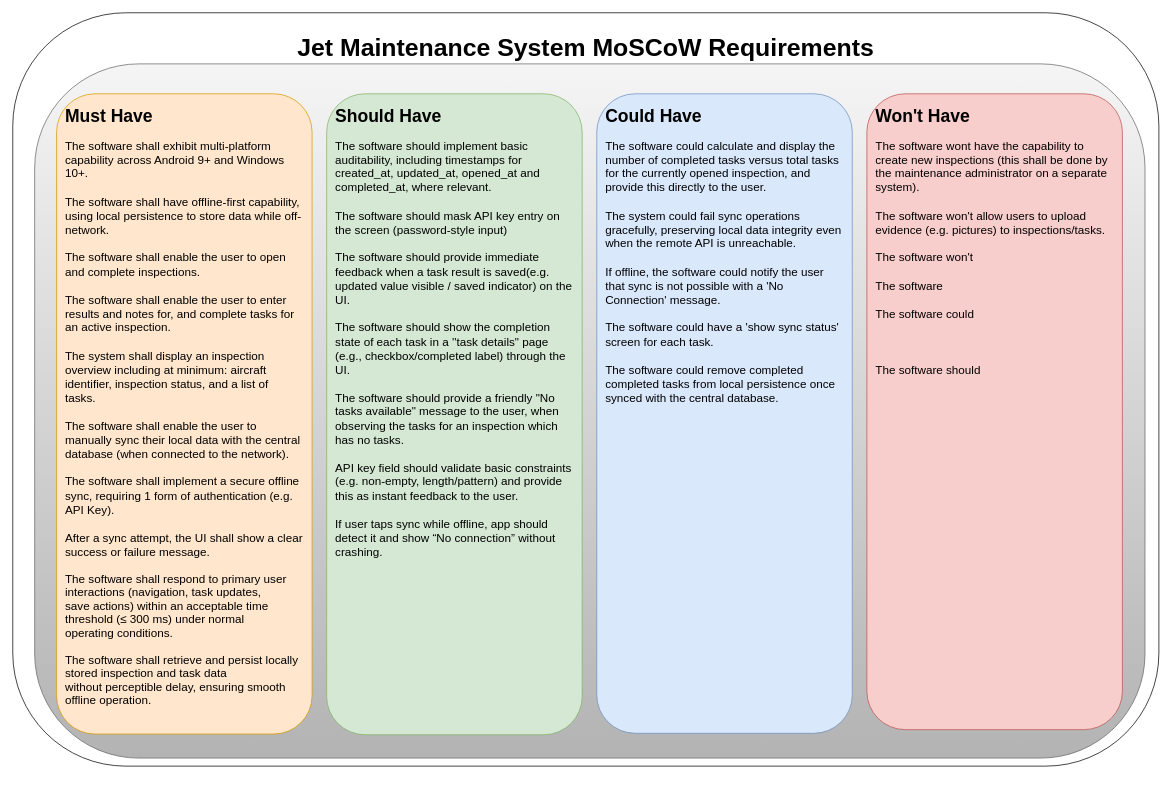
Earlier version of the draw.io diagram documentation/requirements/Jet Maintenance System Moscow Requirements.drawio (Alex-Cooke192/Cross_Platform_Programming_Assignment_2). Source tidied: cells renumbered, new cells numbered last; positions are measured from the earlier drawing's top-left corner, leaving out a move shared by most shapes. Both pictures are drawn from the tidied source at 73%, with x=0, y=0 at pixel (12, 12).
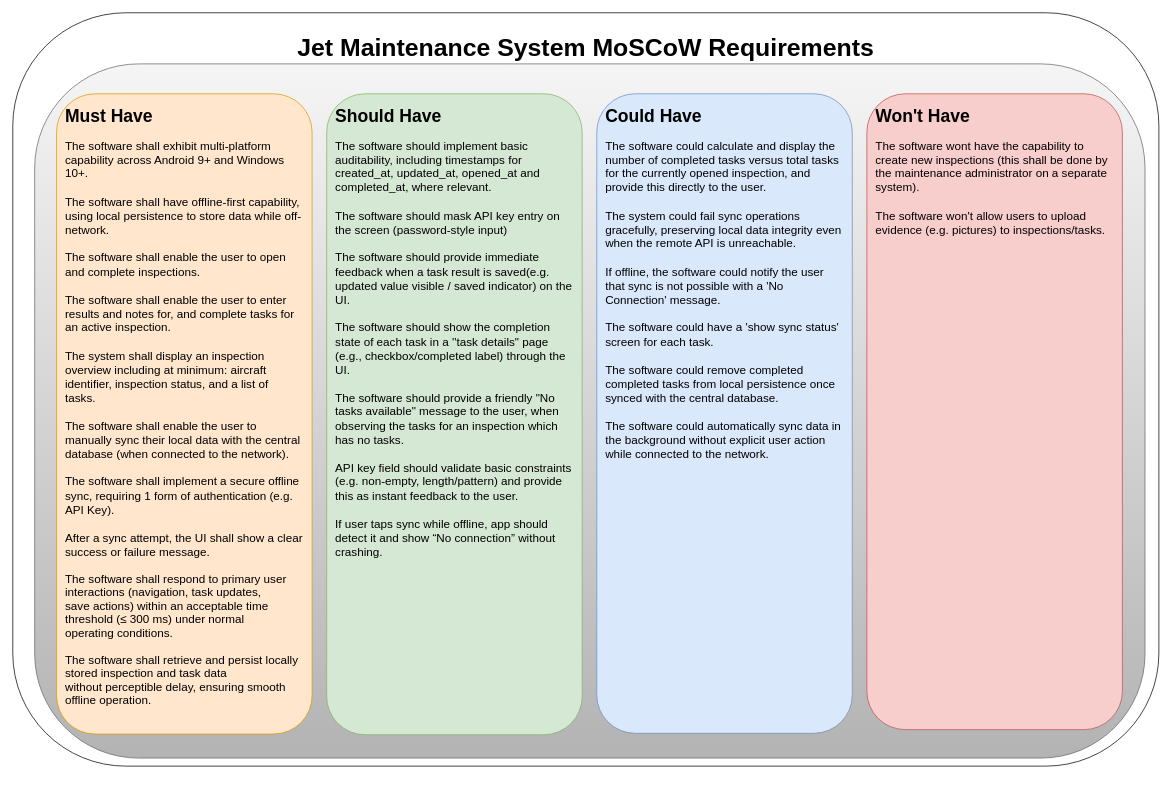
The same page after the edit.

The edit, as a diff of the source:
```diff
@@
 <mxGraphModel>
   <root>
     <mxCell id="0" />
     <mxCell id="1" parent="0" />
-    <mxCell id="2" style="rounded=1;whiteSpace=wrap;html=1;" parent="1" vertex="1">
-      <mxGeometry width="1570" height="1032" as="geometry" />
-    </mxCell>
-    <mxCell id="3" style="rounded=1;whiteSpace=wrap;html=1;fillColor=#f5f5f5;gradientColor=#b3b3b3;strokeColor=#666666;" parent="1" vertex="1">
-      <mxGeometry x="30" y="70" width="1521" height="951" as="geometry" />
-    </mxCell>
-    <mxCell id="4" style="rounded=1;whiteSpace=wrap;html=1;fillColor=#ffe6cc;strokeColor=#d79b00;" parent="1" vertex="1">
-      <mxGeometry x="60" y="111" width="350" height="877" as="geometry" />
-    </mxCell>
+    <mxCell id="13" style="rounded=1;whiteSpace=wrap;html=1;" parent="1" vertex="1">
+      <mxGeometry width="1570" height="1032" as="geometry" />
+    </mxCell>
+    <mxCell id="14" style="rounded=1;whiteSpace=wrap;html=1;fillColor=#f5f5f5;gradientColor=#b3b3b3;strokeColor=#666666;" parent="1" vertex="1">
+      <mxGeometry x="30" y="70" width="1521" height="951" as="geometry" />
+    </mxCell>
+    <mxCell id="15" style="rounded=1;whiteSpace=wrap;html=1;fillColor=#ffe6cc;strokeColor=#d79b00;" parent="1" vertex="1">
+      <mxGeometry x="60" y="111" width="350" height="877" as="geometry" />
+    </mxCell>
     <mxCell id="5" value="&lt;h1 style=&quot;margin-top: 0px;&quot;&gt;Must Have&lt;/h1&gt;&lt;div&gt;&lt;font style=&quot;font-size: 16px;&quot;&gt;The software shall exhibit multi-platform capability across Android 9+ and Windows 10+.&amp;nbsp;&lt;/font&gt;&lt;/div&gt;&lt;div&gt;&lt;font style=&quot;font-size: 16px;&quot;&gt;&lt;br&gt;&lt;/font&gt;&lt;/div&gt;&lt;div&gt;&lt;font style=&quot;font-size: 16px;&quot;&gt;The software shall have offline-first capability, using local persistence to store data while off-network.&amp;nbsp;&lt;/font&gt;&lt;/div&gt;&lt;div&gt;&lt;font style=&quot;font-size: 16px;&quot;&gt;&lt;br&gt;&lt;/font&gt;&lt;/div&gt;&lt;div&gt;&lt;font style=&quot;font-size: 16px;&quot;&gt;&lt;div style=&quot;font-size: 12px;&quot;&gt;&lt;span style=&quot;font-size: 16px; background-color: transparent; color: light-dark(rgb(0, 0, 0), rgb(255, 255, 255));&quot;&gt;The software shall enable the user to open and complete inspections.&amp;nbsp;&lt;/span&gt;&lt;/div&gt;&lt;div style=&quot;font-size: 12px;&quot;&gt;&lt;span style=&quot;font-size: 16px; background-color: transparent; color: light-dark(rgb(0, 0, 0), rgb(255, 255, 255));&quot;&gt;&lt;br&gt;&lt;/span&gt;&lt;/div&gt;&lt;div style=&quot;font-size: 12px;&quot;&gt;&lt;span style=&quot;font-size: 16px; background-color: transparent; color: light-dark(rgb(0, 0, 0), rgb(255, 255, 255));&quot;&gt;The software shall enable the user to enter results and notes for, and complete tasks for an active inspection.&amp;nbsp;&lt;/span&gt;&lt;/div&gt;&lt;div style=&quot;font-size: 12px;&quot;&gt;&lt;span style=&quot;font-size: 16px; background-color: transparent; color: light-dark(rgb(0, 0, 0), rgb(255, 255, 255));&quot;&gt;&lt;br&gt;&lt;/span&gt;&lt;/div&gt;&lt;div style=&quot;font-size: 12px;&quot;&gt;&lt;span style=&quot;font-size: 16px; background-color: transparent; color: light-dark(rgb(0, 0, 0), rgb(255, 255, 255));&quot;&gt;The system shall display an inspection overview including at minimum: aircraft identifier, inspection status, and a list of tasks.&amp;nbsp;&lt;/span&gt;&lt;/div&gt;&lt;/font&gt;&lt;/div&gt;&lt;div&gt;&lt;font style=&quot;font-size: 16px;&quot;&gt;&lt;br&gt;&lt;/font&gt;&lt;/div&gt;&lt;div&gt;&lt;font style=&quot;font-size: 16px;&quot;&gt;The software shall enable the user to manually sync their local data with the central database (when connected to the network).&amp;nbsp;&lt;/font&gt;&lt;/div&gt;&lt;div&gt;&lt;font style=&quot;font-size: 16px;&quot;&gt;&lt;br&gt;&lt;/font&gt;&lt;/div&gt;&lt;div&gt;&lt;span style=&quot;font-size: 16px; background-color: transparent; color: light-dark(rgb(0, 0, 0), rgb(255, 255, 255));&quot;&gt;The software shall implement a secure offline sync, requiring 1 form of authentication (e.g. API Key).&amp;nbsp;&lt;/span&gt;&lt;/div&gt;&lt;div&gt;&lt;span style=&quot;font-size: 16px; background-color: transparent; color: light-dark(rgb(0, 0, 0), rgb(255, 255, 255));&quot;&gt;&lt;br&gt;&lt;/span&gt;&lt;/div&gt;&lt;div&gt;&lt;span style=&quot;font-size: 16px;&quot;&gt;After a sync attempt, the UI shall show a clear success or failure message.&amp;nbsp;&lt;/span&gt;&lt;/div&gt;&lt;div&gt;&lt;span style=&quot;font-size: 16px;&quot;&gt;&lt;br&gt;&lt;/span&gt;&lt;/div&gt;&lt;div&gt;&lt;span style=&quot;font-size:12.0pt;line-height:115%;&amp;lt;br/&amp;gt;font-family:&amp;quot;Aptos&amp;quot;,sans-serif;mso-ascii-theme-font:minor-latin;mso-fareast-font-family:&amp;lt;br/&amp;gt;Aptos;mso-fareast-theme-font:minor-latin;mso-hansi-theme-font:minor-latin;&amp;lt;br/&amp;gt;mso-bidi-font-family:&amp;quot;Times New Roman&amp;quot;;mso-bidi-theme-font:minor-bidi;&amp;lt;br/&amp;gt;mso-ansi-language:EN-GB;mso-fareast-language:EN-US;mso-bidi-language:AR-SA&quot;&gt;The software shall respond to primary user interactions (navigation, task updates,&lt;br&gt;save actions) within an acceptable time threshold (≤ 300 ms) under normal&lt;br&gt;operating conditions.&lt;/span&gt;&lt;/div&gt;&lt;div&gt;&lt;span style=&quot;font-size:12.0pt;line-height:115%;&amp;lt;br/&amp;gt;font-family:&amp;quot;Aptos&amp;quot;,sans-serif;mso-ascii-theme-font:minor-latin;mso-fareast-font-family:&amp;lt;br/&amp;gt;Aptos;mso-fareast-theme-font:minor-latin;mso-hansi-theme-font:minor-latin;&amp;lt;br/&amp;gt;mso-bidi-font-family:&amp;quot;Times New Roman&amp;quot;;mso-bidi-theme-font:minor-bidi;&amp;lt;br/&amp;gt;mso-ansi-language:EN-GB;mso-fareast-language:EN-US;mso-bidi-language:AR-SA&quot;&gt;&lt;br&gt;&lt;/span&gt;&lt;/div&gt;&lt;div&gt;&lt;span style=&quot;font-size:12.0pt;line-height:115%;&amp;lt;br/&amp;gt;font-family:&amp;quot;Aptos&amp;quot;,sans-serif;mso-ascii-theme-font:minor-latin;mso-fareast-font-family:&amp;lt;br/&amp;gt;Aptos;mso-fareast-theme-font:minor-latin;mso-hansi-theme-font:minor-latin;&amp;lt;br/&amp;gt;mso-bidi-font-family:&amp;quot;Times New Roman&amp;quot;;mso-bidi-theme-font:minor-bidi;&amp;lt;br/&amp;gt;mso-ansi-language:EN-GB;mso-fareast-language:EN-US;mso-bidi-language:AR-SA&quot;&gt;&lt;span style=&quot;font-size:12.0pt;line-height:115%;&amp;lt;br/&amp;gt;font-family:&amp;quot;Aptos&amp;quot;,sans-serif;mso-ascii-theme-font:minor-latin;mso-fareast-font-family:&amp;lt;br/&amp;gt;Aptos;mso-fareast-theme-font:minor-latin;mso-hansi-theme-font:minor-latin;&amp;lt;br/&amp;gt;mso-bidi-font-family:&amp;quot;Times New Roman&amp;quot;;mso-bidi-theme-font:minor-bidi;&amp;lt;br/&amp;gt;mso-ansi-language:EN-GB;mso-fareast-language:EN-US;mso-bidi-language:AR-SA&quot;&gt;The software shall retrieve and persist locally stored inspection and task data&lt;br&gt;without perceptible delay, ensuring smooth offline operation.&lt;/span&gt;&lt;/span&gt;&lt;/div&gt;&lt;div&gt;&lt;span style=&quot;font-size:12.0pt;line-height:115%;&amp;lt;br/&amp;gt;font-family:&amp;quot;Aptos&amp;quot;,sans-serif;mso-ascii-theme-font:minor-latin;mso-fareast-font-family:&amp;lt;br/&amp;gt;Aptos;mso-fareast-theme-font:minor-latin;mso-hansi-theme-font:minor-latin;&amp;lt;br/&amp;gt;mso-bidi-font-family:&amp;quot;Times New Roman&amp;quot;;mso-bidi-theme-font:minor-bidi;&amp;lt;br/&amp;gt;mso-ansi-language:EN-GB;mso-fareast-language:EN-US;mso-bidi-language:AR-SA&quot;&gt;&lt;br&gt;&lt;/span&gt;&lt;/div&gt;&lt;div&gt;&lt;font style=&quot;font-size: 11px;&quot;&gt;&lt;br&gt;&lt;/font&gt;&lt;/div&gt;" style="text;html=1;whiteSpace=wrap;overflow=hidden;rounded=0;" parent="1" vertex="1">
       <mxGeometry x="70" y="121" width="330" height="920" as="geometry" />
     </mxCell>
-    <mxCell id="6" style="rounded=1;whiteSpace=wrap;html=1;fillColor=#d5e8d4;strokeColor=#82b366;" parent="1" vertex="1">
-      <mxGeometry x="430" y="111" width="350" height="878" as="geometry" />
-    </mxCell>
+    <mxCell id="16" style="rounded=1;whiteSpace=wrap;html=1;fillColor=#d5e8d4;strokeColor=#82b366;" parent="1" vertex="1">
+      <mxGeometry x="430" y="111" width="350" height="878" as="geometry" />
+    </mxCell>
     <mxCell id="7" value="&lt;h1 style=&quot;margin-top: 0px;&quot;&gt;Should Have&lt;/h1&gt;&lt;div&gt;&lt;font style=&quot;font-size: 16px;&quot;&gt;The software should implement basic auditability, including timestamps for created_at, updated_at, opened_at and completed_at, where relevant.&amp;nbsp;&lt;/font&gt;&lt;/div&gt;&lt;div&gt;&lt;font style=&quot;font-size: 16px;&quot;&gt;&lt;br&gt;&lt;/font&gt;&lt;/div&gt;&lt;div&gt;&lt;font style=&quot;font-size: 16px;&quot;&gt;The software should mask API key entry on the screen (password-style input)&lt;/font&gt;&lt;/div&gt;&lt;div&gt;&lt;font style=&quot;font-size: 16px;&quot;&gt;&lt;br&gt;&lt;/font&gt;&lt;/div&gt;&lt;div&gt;&lt;font style=&quot;font-size: 16px;&quot;&gt;The software should provide immediate feedback when a task result is saved(e.g. updated value visible / saved indicator) on the UI.&lt;/font&gt;&lt;/div&gt;&lt;div&gt;&lt;font style=&quot;font-size: 16px;&quot;&gt;&lt;br&gt;&lt;/font&gt;&lt;/div&gt;&lt;div&gt;&lt;font style=&quot;font-size: 16px;&quot;&gt;The software should show the completion state of each task in a ''task details&quot; page (e.g., checkbox/completed label) through the UI.&lt;/font&gt;&lt;/div&gt;&lt;div&gt;&lt;font style=&quot;font-size: 16px;&quot;&gt;&lt;br&gt;&lt;/font&gt;&lt;/div&gt;&lt;div&gt;&lt;font style=&quot;font-size: 16px;&quot;&gt;The software should provide a friendly &quot;No tasks available&quot; message to the user, when observing the tasks for an inspection which has no tasks.&lt;/font&gt;&lt;/div&gt;&lt;div&gt;&lt;font style=&quot;font-size: 16px;&quot;&gt;&lt;br&gt;&lt;/font&gt;&lt;/div&gt;&lt;div&gt;&lt;font style=&quot;font-size: 16px;&quot;&gt;API key field should validate basic constraints (e.g. non-empty, length/pattern) and provide this as instant feedback to the user.&lt;/font&gt;&lt;/div&gt;&lt;div&gt;&lt;font style=&quot;font-size: 16px;&quot;&gt;&lt;br&gt;&lt;/font&gt;&lt;/div&gt;&lt;div&gt;&lt;font style=&quot;font-size: 16px;&quot;&gt;If user taps sync while offline, app should detect it and show “No connection” without crashing.&lt;/font&gt;&lt;/div&gt;&lt;div&gt;&lt;br&gt;&lt;/div&gt;&lt;div&gt;&lt;span style=&quot;font-size: 16px; background-color: transparent; color: light-dark(rgb(0, 0, 0), rgb(255, 255, 255));&quot;&gt;&lt;br&gt;&lt;/span&gt;&lt;/div&gt;&lt;div&gt;&lt;br&gt;&lt;/div&gt;&lt;div&gt;&lt;font style=&quot;font-size: 11px;&quot;&gt;&lt;br&gt;&lt;/font&gt;&lt;/div&gt;" style="text;html=1;whiteSpace=wrap;overflow=hidden;rounded=0;" parent="1" vertex="1">
       <mxGeometry x="440" y="121" width="330" height="630" as="geometry" />
     </mxCell>
-    <mxCell id="8" style="rounded=1;whiteSpace=wrap;html=1;fillColor=#dae8fc;strokeColor=#6c8ebf;" parent="1" vertex="1">
-      <mxGeometry x="800" y="111" width="350" height="876" as="geometry" />
-    </mxCell>
-    <mxCell id="9" value="&lt;h1 style=&quot;margin-top: 0px;&quot;&gt;Could Have&lt;/h1&gt;&lt;div&gt;&lt;font style=&quot;font-size: 16px;&quot;&gt;The software could calculate and display the number of completed tasks versus total tasks for the currently opened inspection, and provide this directly to the user.&lt;/font&gt;&lt;/div&gt;&lt;div&gt;&lt;span style=&quot;font-size: 16px; background-color: transparent; color: light-dark(rgb(0, 0, 0), rgb(255, 255, 255));&quot;&gt;&lt;br&gt;&lt;/span&gt;&lt;/div&gt;&lt;div&gt;&lt;span style=&quot;font-size: 16px; background-color: transparent; color: light-dark(rgb(0, 0, 0), rgb(255, 255, 255));&quot;&gt;The system could fail sync operations gracefully, preserving local data integrity even when the remote API is unreachable.&lt;/span&gt;&lt;/div&gt;&lt;div&gt;&lt;span style=&quot;font-size: 16px; background-color: transparent; color: light-dark(rgb(0, 0, 0), rgb(255, 255, 255));&quot;&gt;&lt;br&gt;&lt;/span&gt;&lt;/div&gt;&lt;div&gt;&lt;span style=&quot;font-size: 16px;&quot;&gt;If offline, the software could notify the user that sync is not possible with a 'No Connection' message.&lt;/span&gt;&lt;/div&gt;&lt;div&gt;&lt;span style=&quot;font-size: 16px;&quot;&gt;&lt;br&gt;&lt;/span&gt;&lt;/div&gt;&lt;div&gt;&lt;span style=&quot;font-size: 16px;&quot;&gt;The software could have a 'show sync status' screen for each task.&amp;nbsp;&lt;/span&gt;&lt;/div&gt;&lt;div&gt;&lt;span style=&quot;font-size: 16px;&quot;&gt;&lt;br&gt;&lt;/span&gt;&lt;/div&gt;&lt;div&gt;&lt;span style=&quot;font-size: 16px;&quot;&gt;The software could remove completed completed tasks from local persistence once synced with the central database.&amp;nbsp;&amp;nbsp;&lt;/span&gt;&lt;/div&gt;&lt;div&gt;&lt;span style=&quot;font-size: 16px; background-color: transparent; color: light-dark(rgb(0, 0, 0), rgb(255, 255, 255));&quot;&gt;&lt;br&gt;&lt;/span&gt;&lt;/div&gt;&lt;div&gt;&lt;br&gt;&lt;/div&gt;&lt;div&gt;&lt;font style=&quot;font-size: 11px;&quot;&gt;&lt;br&gt;&lt;/font&gt;&lt;/div&gt;" style="text;html=1;whiteSpace=wrap;overflow=hidden;rounded=0;" parent="1" vertex="1">
-      <mxGeometry x="810" y="121" width="330" height="630" as="geometry" />
-    </mxCell>
-    <mxCell id="10" style="rounded=1;whiteSpace=wrap;html=1;fillColor=#f8cecc;strokeColor=#b85450;" parent="1" vertex="1">
-      <mxGeometry x="1170" y="111" width="350" height="871" as="geometry" />
-    </mxCell>
-    <mxCell id="11" value="&lt;h1 style=&quot;margin-top: 0px;&quot;&gt;Won't Have&lt;/h1&gt;&lt;div&gt;&lt;font style=&quot;font-size: 16px;&quot;&gt;The software wont have the capability to create new inspections (this shall be done by the maintenance administrator on a separate system).&amp;nbsp;&lt;/font&gt;&lt;/div&gt;&lt;div&gt;&lt;font style=&quot;font-size: 16px;&quot;&gt;&lt;br&gt;&lt;/font&gt;&lt;/div&gt;&lt;div&gt;&lt;font style=&quot;font-size: 16px;&quot;&gt;The software won't allow users to upload evidence (e.g. pictures) to inspections/tasks.&lt;/font&gt;&lt;/div&gt;&lt;div&gt;&lt;font style=&quot;font-size: 16px;&quot;&gt;&lt;br&gt;&lt;/font&gt;&lt;/div&gt;&lt;div&gt;&lt;font style=&quot;font-size: 16px;&quot;&gt;The software won't&amp;nbsp;&amp;nbsp;&lt;/font&gt;&lt;/div&gt;&lt;div&gt;&lt;font style=&quot;font-size: 16px;&quot;&gt;&lt;br&gt;&lt;/font&gt;&lt;/div&gt;&lt;div&gt;&lt;span style=&quot;font-size: 16px;&quot;&gt;The software&amp;nbsp;&lt;/span&gt;&lt;/div&gt;&lt;div&gt;&lt;font style=&quot;font-size: 16px;&quot;&gt;&lt;br&gt;&lt;/font&gt;&lt;/div&gt;&lt;div&gt;&lt;font style=&quot;font-size: 16px;&quot;&gt;The software could&amp;nbsp;&lt;/font&gt;&lt;/div&gt;&lt;div&gt;&lt;font style=&quot;font-size: 16px;&quot;&gt;&lt;br&gt;&lt;/font&gt;&lt;/div&gt;&lt;div&gt;&lt;font style=&quot;font-size: 16px;&quot;&gt;&lt;br&gt;&lt;/font&gt;&lt;/div&gt;&lt;div&gt;&lt;font style=&quot;font-size: 16px;&quot;&gt;&lt;br&gt;&lt;/font&gt;&lt;/div&gt;&lt;div&gt;&lt;font style=&quot;font-size: 16px;&quot;&gt;The software should&lt;/font&gt;&lt;/div&gt;&lt;div&gt;&lt;span style=&quot;font-size: 16px; background-color: transparent; color: light-dark(rgb(0, 0, 0), rgb(255, 255, 255));&quot;&gt;&lt;br&gt;&lt;/span&gt;&lt;/div&gt;&lt;div&gt;&lt;br&gt;&lt;/div&gt;&lt;div&gt;&lt;font style=&quot;font-size: 11px;&quot;&gt;&lt;br&gt;&lt;/font&gt;&lt;/div&gt;" style="text;html=1;whiteSpace=wrap;overflow=hidden;rounded=0;" parent="1" vertex="1">
-      <mxGeometry x="1180" y="121" width="330" height="630" as="geometry" />
-    </mxCell>
+    <mxCell id="17" style="rounded=1;whiteSpace=wrap;html=1;fillColor=#dae8fc;strokeColor=#6c8ebf;" parent="1" vertex="1">
+      <mxGeometry x="800" y="111" width="350" height="876" as="geometry" />
+    </mxCell>
+    <mxCell id="18" value="&lt;h1 style=&quot;margin-top: 0px;&quot;&gt;Could Have&lt;/h1&gt;&lt;div&gt;&lt;font style=&quot;font-size: 16px;&quot;&gt;The software could calculate and display the number of completed tasks versus total tasks for the currently opened inspection, and provide this directly to the user.&lt;/font&gt;&lt;/div&gt;&lt;div&gt;&lt;span style=&quot;font-size: 16px; background-color: transparent; color: light-dark(rgb(0, 0, 0), rgb(255, 255, 255));&quot;&gt;&lt;br&gt;&lt;/span&gt;&lt;/div&gt;&lt;div&gt;&lt;span style=&quot;font-size: 16px; background-color: transparent; color: light-dark(rgb(0, 0, 0), rgb(255, 255, 255));&quot;&gt;The system could fail sync operations gracefully, preserving local data integrity even when the remote API is unreachable.&lt;/span&gt;&lt;/div&gt;&lt;div&gt;&lt;span style=&quot;font-size: 16px; background-color: transparent; color: light-dark(rgb(0, 0, 0), rgb(255, 255, 255));&quot;&gt;&lt;br&gt;&lt;/span&gt;&lt;/div&gt;&lt;div&gt;&lt;span style=&quot;font-size: 16px;&quot;&gt;If offline, the software could notify the user that sync is not possible with a 'No Connection' message.&lt;/span&gt;&lt;/div&gt;&lt;div&gt;&lt;span style=&quot;font-size: 16px;&quot;&gt;&lt;br&gt;&lt;/span&gt;&lt;/div&gt;&lt;div&gt;&lt;span style=&quot;font-size: 16px;&quot;&gt;The software could have a 'show sync status' screen for each task.&amp;nbsp;&lt;/span&gt;&lt;/div&gt;&lt;div&gt;&lt;span style=&quot;font-size: 16px;&quot;&gt;&lt;br&gt;&lt;/span&gt;&lt;/div&gt;&lt;div&gt;&lt;span style=&quot;font-size: 16px;&quot;&gt;The software could remove completed completed tasks from local persistence once synced with the central database.&amp;nbsp;&amp;nbsp;&lt;/span&gt;&lt;/div&gt;&lt;div&gt;&lt;span style=&quot;font-size: 16px; background-color: transparent; color: light-dark(rgb(0, 0, 0), rgb(255, 255, 255));&quot;&gt;&lt;br&gt;&lt;/span&gt;&lt;/div&gt;&lt;div&gt;&lt;span style=&quot;font-size: 16px; background-color: transparent; color: light-dark(rgb(0, 0, 0), rgb(255, 255, 255));&quot;&gt;The software could automatically sync data in the background without explicit user action while connected to the network.&amp;nbsp;&lt;/span&gt;&lt;/div&gt;&lt;div&gt;&lt;br&gt;&lt;/div&gt;&lt;div&gt;&lt;font style=&quot;font-size: 11px;&quot;&gt;&lt;br&gt;&lt;/font&gt;&lt;/div&gt;" style="text;html=1;whiteSpace=wrap;overflow=hidden;rounded=0;" parent="1" vertex="1">
+      <mxGeometry x="810" y="121" width="330" height="630" as="geometry" />
+    </mxCell>
+    <mxCell id="19" style="rounded=1;whiteSpace=wrap;html=1;fillColor=#f8cecc;strokeColor=#b85450;" parent="1" vertex="1">
+      <mxGeometry x="1170" y="111" width="350" height="871" as="geometry" />
+    </mxCell>
+    <mxCell id="20" value="&lt;h1 style=&quot;margin-top: 0px;&quot;&gt;Won't Have&lt;/h1&gt;&lt;div&gt;&lt;font style=&quot;font-size: 16px;&quot;&gt;The software wont have the capability to create new inspections (this shall be done by the maintenance administrator on a separate system).&amp;nbsp;&lt;/font&gt;&lt;/div&gt;&lt;div&gt;&lt;font style=&quot;font-size: 16px;&quot;&gt;&lt;br&gt;&lt;/font&gt;&lt;/div&gt;&lt;div&gt;&lt;font style=&quot;font-size: 16px;&quot;&gt;The software won't allow users to upload evidence (e.g. pictures) to inspections/tasks.&lt;/font&gt;&lt;/div&gt;&lt;div&gt;&lt;br&gt;&lt;/div&gt;&lt;div&gt;&lt;span style=&quot;font-size: 16px; background-color: transparent; color: light-dark(rgb(0, 0, 0), rgb(255, 255, 255));&quot;&gt;&lt;br&gt;&lt;/span&gt;&lt;/div&gt;&lt;div&gt;&lt;br&gt;&lt;/div&gt;&lt;div&gt;&lt;font style=&quot;font-size: 11px;&quot;&gt;&lt;br&gt;&lt;/font&gt;&lt;/div&gt;" style="text;html=1;whiteSpace=wrap;overflow=hidden;rounded=0;" parent="1" vertex="1">
+      <mxGeometry x="1180" y="121" width="330" height="630" as="geometry" />
+    </mxCell>
     <mxCell id="12" value="&lt;span&gt;&lt;b&gt;Jet Maintenance System MoSCoW Requirements&lt;/b&gt;&lt;/span&gt;" style="text;html=1;whiteSpace=wrap;strokeColor=none;fillColor=none;align=center;verticalAlign=middle;rounded=0;fontSize=34;" parent="1" vertex="1">
       <mxGeometry x="288.1" y="33" width="993.8" height="30" as="geometry" />
     </mxCell>
   </root>
 </mxGraphModel>
```
